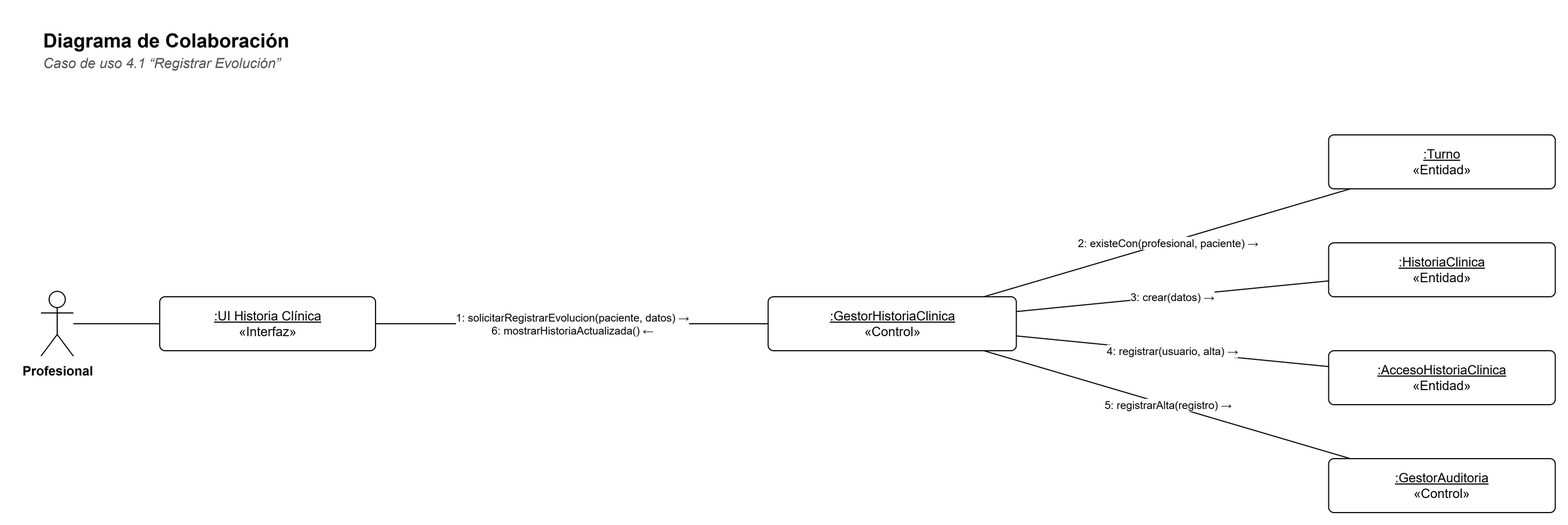
This is docs/diagramas/colaboracion-4-1.png from Matiglorioso/kineturnos, a draw.io export, as it was before one commit. Source tidied: cells renumbered, new cells last; positions are measured from the earlier drawing's top-left corner, leaving out a move shared by most shapes.
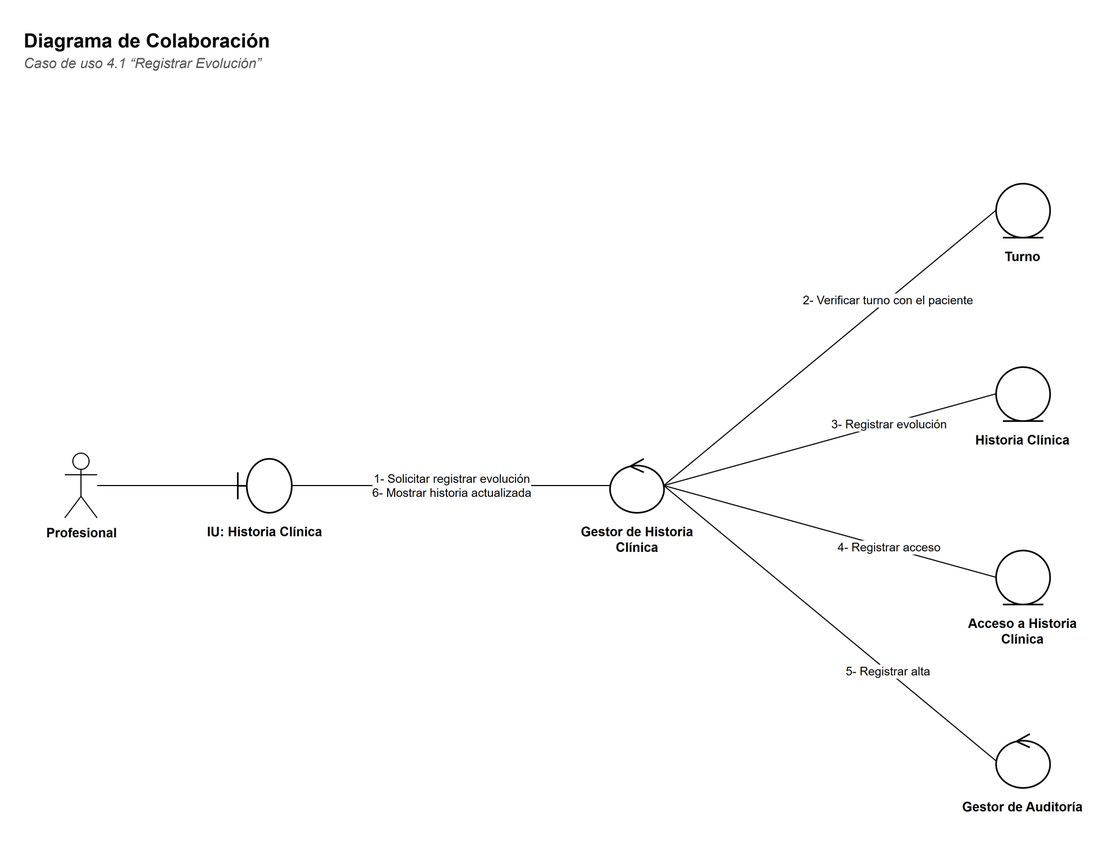
Later version of the same file.

Diff of the diagram source:
```diff
@@ -9,43 +9,61 @@
       <mxGeometry y="24" width="900" height="20" as="geometry" />
     </mxCell>
     <mxCell id="4" value="Profesional" style="shape=umlActor;verticalLabelPosition=bottom;verticalAlign=top;html=1;outlineConnect=0;fillColor=#FFFFFF;strokeColor=#000000;fontFamily=Helvetica;fontSize=12;fontStyle=1;" parent="1" vertex="1">
-      <mxGeometry y="250" width="30" height="60" as="geometry" />
+      <mxGeometry x="40" y="400" width="30" height="60" as="geometry" />
     </mxCell>
-    <mxCell id="5" value="&lt;u&gt;:UI Historia Clínica&lt;/u&gt;&lt;br&gt;«Interfaz»" style="rounded=0;whiteSpace=wrap;html=1;fillColor=#FFFFFF;strokeColor=#000000;fontFamily=Helvetica;fontSize=12;rounded=1;arcSize=10;" parent="1" vertex="1">
-      <mxGeometry x="110" y="255" width="200" height="50" as="geometry" />
+    <mxCell id="5" style="shape=umlBoundary;html=1;fillColor=#FFFFFF;strokeColor=#000000;strokeWidth=1.5;" parent="1" vertex="1">
+      <mxGeometry x="200" y="405" width="50" height="50" as="geometry" />
     </mxCell>
-    <mxCell id="6" value="&lt;u&gt;:GestorHistoriaClinica&lt;/u&gt;&lt;br&gt;«Control»" style="rounded=0;whiteSpace=wrap;html=1;fillColor=#FFFFFF;strokeColor=#000000;fontFamily=Helvetica;fontSize=12;rounded=1;arcSize=10;" parent="1" vertex="1">
-      <mxGeometry x="673.8" y="255" width="230" height="50" as="geometry" />
+    <mxCell id="6" value="&lt;b&gt;IU: Historia Clínica&lt;/b&gt;" style="text;html=1;strokeColor=none;fillColor=none;align=left;verticalAlign=top;whiteSpace=wrap;fontFamily=Helvetica;align=center;fontSize=12;" parent="1" vertex="1">
+      <mxGeometry x="160" y="459" width="130" height="40" as="geometry" />
     </mxCell>
-    <mxCell id="7" value="&lt;u&gt;:Turno&lt;/u&gt;&lt;br&gt;«Entidad»" style="rounded=0;whiteSpace=wrap;html=1;fillColor=#FFFFFF;strokeColor=#000000;fontFamily=Helvetica;fontSize=12;rounded=1;arcSize=10;" parent="1" vertex="1">
-      <mxGeometry x="1193.2" y="105" width="210" height="50" as="geometry" />
+    <mxCell id="7" style="shape=umlControl;html=1;fillColor=#FFFFFF;strokeColor=#000000;strokeWidth=1.5;" parent="1" vertex="1">
+      <mxGeometry x="544.8" y="405" width="50" height="50" as="geometry" />
     </mxCell>
-    <mxCell id="8" value="&lt;u&gt;:HistoriaClinica&lt;/u&gt;&lt;br&gt;«Entidad»" style="rounded=0;whiteSpace=wrap;html=1;fillColor=#FFFFFF;strokeColor=#000000;fontFamily=Helvetica;fontSize=12;rounded=1;arcSize=10;" parent="1" vertex="1">
-      <mxGeometry x="1193.2" y="205" width="210" height="50" as="geometry" />
+    <mxCell id="8" value="&lt;b&gt;Gestor de Historia Clínica&lt;/b&gt;" style="text;html=1;strokeColor=none;fillColor=none;align=left;verticalAlign=top;whiteSpace=wrap;fontFamily=Helvetica;align=center;fontSize=12;" parent="1" vertex="1">
+      <mxGeometry x="504.8" y="459" width="130" height="40" as="geometry" />
     </mxCell>
-    <mxCell id="9" value="&lt;u&gt;:AccesoHistoriaClinica&lt;/u&gt;&lt;br&gt;«Entidad»" style="rounded=0;whiteSpace=wrap;html=1;fillColor=#FFFFFF;strokeColor=#000000;fontFamily=Helvetica;fontSize=12;rounded=1;arcSize=10;" parent="1" vertex="1">
-      <mxGeometry x="1193.2" y="305" width="210" height="50" as="geometry" />
+    <mxCell id="9" style="shape=umlEntity;html=1;fillColor=#FFFFFF;strokeColor=#000000;strokeWidth=1.5;" parent="1" vertex="1">
+      <mxGeometry x="902.4" y="150" width="50" height="50" as="geometry" />
     </mxCell>
-    <mxCell id="10" value="&lt;u&gt;:GestorAuditoria&lt;/u&gt;&lt;br&gt;«Control»" style="rounded=0;whiteSpace=wrap;html=1;fillColor=#FFFFFF;strokeColor=#000000;fontFamily=Helvetica;fontSize=12;rounded=1;arcSize=10;" parent="1" vertex="1">
-      <mxGeometry x="1193.2" y="405" width="210" height="50" as="geometry" />
+    <mxCell id="10" value="&lt;b&gt;Turno&lt;/b&gt;" style="text;html=1;strokeColor=none;fillColor=none;align=left;verticalAlign=top;whiteSpace=wrap;fontFamily=Helvetica;align=center;fontSize=12;" parent="1" vertex="1">
+      <mxGeometry x="862.4" y="204" width="130" height="40" as="geometry" />
     </mxCell>
-    <mxCell id="11" style="edgeStyle=none;html=1;endArrow=none;endFill=0;strokeColor=#000000;fontFamily=Helvetica;fontSize=11;labelBackgroundColor=#FFFFFF;" parent="1" edge="1" source="4" target="5">
-      <mxGeometry relative="1" as="geometry" />
+    <mxCell id="11" style="shape=umlEntity;html=1;fillColor=#FFFFFF;strokeColor=#000000;strokeWidth=1.5;" parent="1" vertex="1">
+      <mxGeometry x="902.4" y="320" width="50" height="50" as="geometry" />
     </mxCell>
-    <mxCell id="12" value="1: solicitarRegistrarEvolucion(paciente, datos) →&lt;br&gt;6: mostrarHistoriaActualizada() ←" style="edgeStyle=none;html=1;endArrow=none;endFill=0;strokeColor=#000000;fontFamily=Helvetica;fontSize=11;labelBackgroundColor=#FFFFFF;fontSize=10;" parent="1" edge="1" source="6" target="5">
-      <mxGeometry relative="1" as="geometry" />
+    <mxCell id="12" value="&lt;b&gt;Historia Clínica&lt;/b&gt;" style="text;html=1;strokeColor=none;fillColor=none;align=left;verticalAlign=top;whiteSpace=wrap;fontFamily=Helvetica;align=center;fontSize=12;" parent="1" vertex="1">
+      <mxGeometry x="862.4" y="374" width="130" height="40" as="geometry" />
     </mxCell>
-    <mxCell id="13" value="2: existeCon(profesional, paciente) →" style="edgeStyle=none;html=1;endArrow=none;endFill=0;strokeColor=#000000;fontFamily=Helvetica;fontSize=11;labelBackgroundColor=#FFFFFF;fontSize=10;" parent="1" edge="1" source="7" target="6">
-      <mxGeometry relative="1" as="geometry" />
+    <mxCell id="13" style="shape=umlEntity;html=1;fillColor=#FFFFFF;strokeColor=#000000;strokeWidth=1.5;" parent="1" vertex="1">
+      <mxGeometry x="902.4" y="490" width="50" height="50" as="geometry" />
     </mxCell>
-    <mxCell id="14" value="3: crear(datos) →" style="edgeStyle=none;html=1;endArrow=none;endFill=0;strokeColor=#000000;fontFamily=Helvetica;fontSize=11;labelBackgroundColor=#FFFFFF;fontSize=10;" parent="1" edge="1" source="8" target="6">
-      <mxGeometry relative="1" as="geometry" />
+    <mxCell id="14" value="&lt;b&gt;Acceso a Historia Clínica&lt;/b&gt;" style="text;html=1;strokeColor=none;fillColor=none;align=left;verticalAlign=top;whiteSpace=wrap;fontFamily=Helvetica;align=center;fontSize=12;" parent="1" vertex="1">
+      <mxGeometry x="862.4" y="544" width="130" height="40" as="geometry" />
     </mxCell>
-    <mxCell id="15" value="4: registrar(usuario, alta) →" style="edgeStyle=none;html=1;endArrow=none;endFill=0;strokeColor=#000000;fontFamily=Helvetica;fontSize=11;labelBackgroundColor=#FFFFFF;fontSize=10;" parent="1" edge="1" source="9" target="6">
-      <mxGeometry relative="1" as="geometry" />
+    <mxCell id="15" style="shape=umlControl;html=1;fillColor=#FFFFFF;strokeColor=#000000;strokeWidth=1.5;" parent="1" vertex="1">
+      <mxGeometry x="902.4" y="660" width="50" height="50" as="geometry" />
     </mxCell>
-    <mxCell id="16" value="5: registrarAlta(registro) →" style="edgeStyle=none;html=1;endArrow=none;endFill=0;strokeColor=#000000;fontFamily=Helvetica;fontSize=11;labelBackgroundColor=#FFFFFF;fontSize=10;" parent="1" edge="1" source="10" target="6">
-      <mxGeometry relative="1" as="geometry" />
+    <mxCell id="16" value="&lt;b&gt;Gestor de Auditoría&lt;/b&gt;" style="text;html=1;strokeColor=none;fillColor=none;align=left;verticalAlign=top;whiteSpace=wrap;fontFamily=Helvetica;align=center;fontSize=12;" parent="1" vertex="1">
+      <mxGeometry x="862.4" y="714" width="130" height="40" as="geometry" />
     </mxCell>
+    <mxCell id="17" style="edgeStyle=none;html=1;endArrow=none;endFill=0;strokeColor=#000000;fontFamily=Helvetica;fontSize=11;labelBackgroundColor=#FFFFFF;" parent="1" edge="1" source="4" target="5">
+      <mxGeometry relative="1" as="geometry" />
+    </mxCell>
+    <mxCell id="18" value="1- Solicitar registrar evolución&lt;br&gt;6- Mostrar historia actualizada" style="edgeStyle=none;html=1;endArrow=none;endFill=0;strokeColor=#000000;fontFamily=Helvetica;fontSize=11;labelBackgroundColor=#FFFFFF;fontSize=11;exitX=1;exitY=0.5;exitDx=0;exitDy=0;entryX=0;entryY=0.5;entryDx=0;entryDy=0;" parent="1" edge="1" source="5" target="7">
+      <mxGeometry relative="1" as="geometry" />
+    </mxCell>
+    <mxCell id="19" value="2- Verificar turno con el paciente" style="edgeStyle=none;html=1;endArrow=none;endFill=0;strokeColor=#000000;fontFamily=Helvetica;fontSize=11;labelBackgroundColor=#FFFFFF;fontSize=11;exitX=1;exitY=0.5;exitDx=0;exitDy=0;entryX=0;entryY=0.5;entryDx=0;entryDy=0;" parent="1" edge="1" source="7" target="9">
+      <mxGeometry x="0.35" relative="1" as="geometry" />
+    </mxCell>
+    <mxCell id="20" value="3- Registrar evolución" style="edgeStyle=none;html=1;endArrow=none;endFill=0;strokeColor=#000000;fontFamily=Helvetica;fontSize=11;labelBackgroundColor=#FFFFFF;fontSize=11;exitX=1;exitY=0.5;exitDx=0;exitDy=0;entryX=0;entryY=0.5;entryDx=0;entryDy=0;" parent="1" edge="1" source="7" target="11">
+      <mxGeometry x="0.35" relative="1" as="geometry" />
+    </mxCell>
+    <mxCell id="21" value="4- Registrar acceso" style="edgeStyle=none;html=1;endArrow=none;endFill=0;strokeColor=#000000;fontFamily=Helvetica;fontSize=11;labelBackgroundColor=#FFFFFF;fontSize=11;exitX=1;exitY=0.5;exitDx=0;exitDy=0;entryX=0;entryY=0.5;entryDx=0;entryDy=0;" parent="1" edge="1" source="7" target="13">
+      <mxGeometry x="0.35" relative="1" as="geometry" />
+    </mxCell>
+    <mxCell id="22" value="5- Registrar alta" style="edgeStyle=none;html=1;endArrow=none;endFill=0;strokeColor=#000000;fontFamily=Helvetica;fontSize=11;labelBackgroundColor=#FFFFFF;fontSize=11;exitX=1;exitY=0.5;exitDx=0;exitDy=0;entryX=0;entryY=0.5;entryDx=0;entryDy=0;" parent="1" edge="1" source="7" target="15">
+      <mxGeometry x="0.35" relative="1" as="geometry" />
+    </mxCell>
   </root>
 </mxGraphModel>
```
